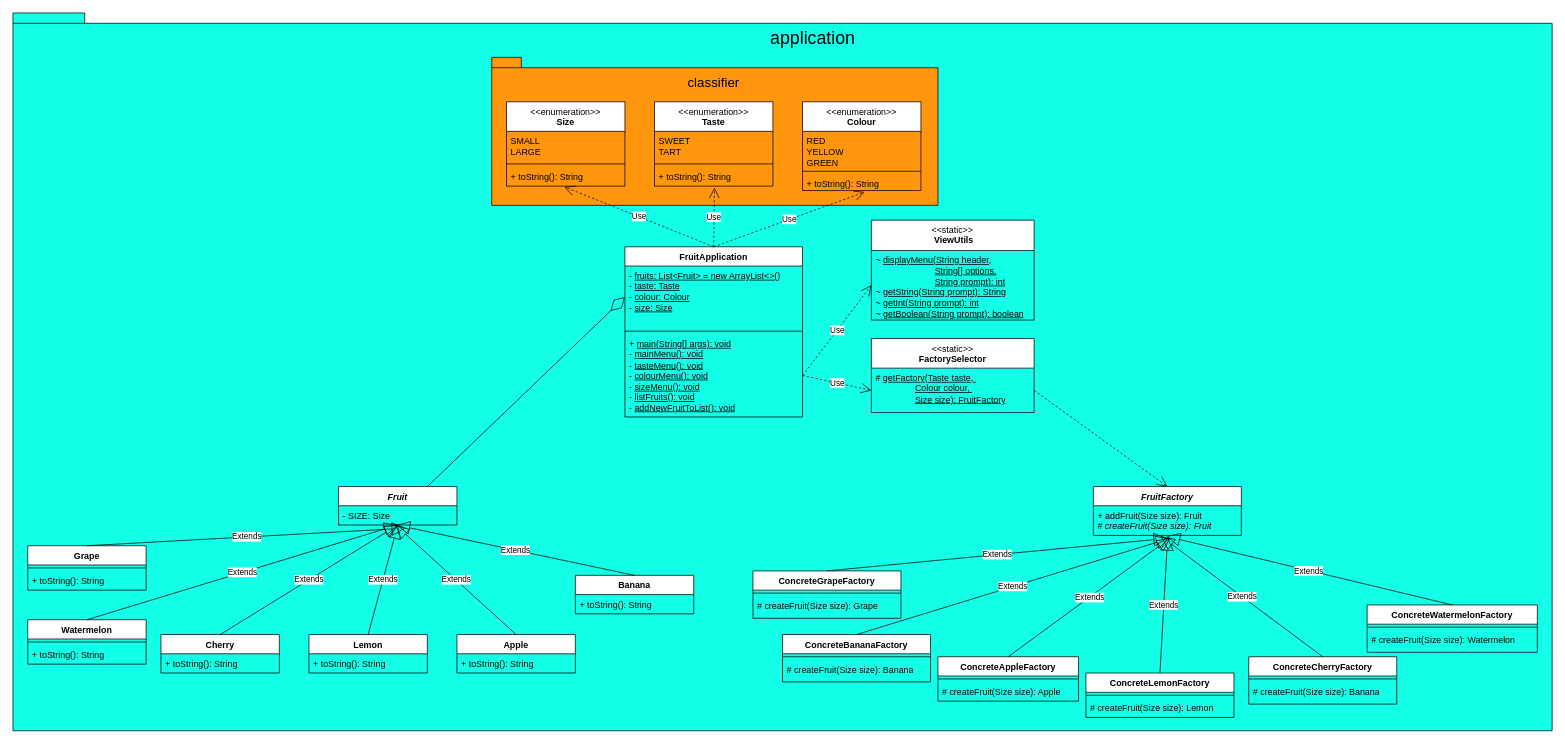
Before: soft2201w4v2.drawio in NguyenChHieu/graphs, a draw.io diagram. Source tidied: cells renumbered, new cells numbered last; positions are measured from the earlier drawing's top-left corner, leaving out a move shared by most shapes. Both pictures are drawn from the tidied source at 74%, with x=0, y=0 at pixel (13, 13).
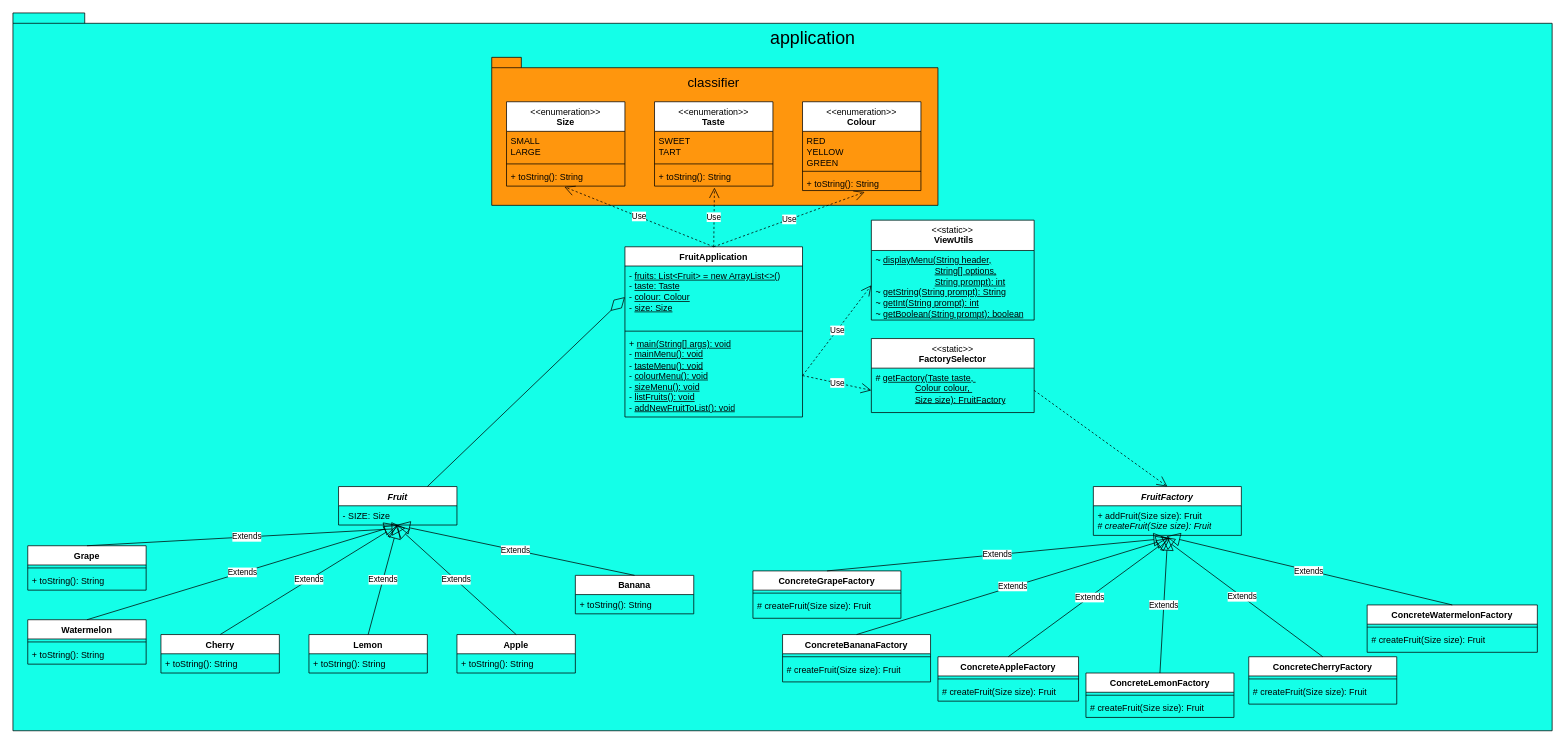
Above is the later version.

The change refers to these unchanged cells:
```xml
<mxCell id="29" value="ConcreteBananaFactory" style="swimlane;fontStyle=1;align=center;verticalAlign=top;horizontal=1;startSize=26;whiteSpace=wrap;html=1;" parent="1" vertex="1">
  <mxGeometry x="1040" y="840" width="200" height="64" as="geometry" />
</mxCell>
<mxCell id="32" value="ConcreteAppleFactory" style="swimlane;fontStyle=1;align=center;verticalAlign=top;horizontal=1;startSize=26;whiteSpace=wrap;html=1;" parent="1" vertex="1">
  <mxGeometry x="1250" y="870" width="190" height="60" as="geometry" />
</mxCell>
<mxCell id="35" value="ConcreteLemonFactory" style="swimlane;fontStyle=1;align=center;verticalAlign=top;horizontal=1;startSize=26;whiteSpace=wrap;html=1;" parent="1" vertex="1">
  <mxGeometry x="1450" y="892" width="200" height="60" as="geometry" />
</mxCell>
<mxCell id="44" value="ConcreteCherryFactory" style="swimlane;fontStyle=1;align=center;verticalAlign=top;horizontal=1;startSize=26;whiteSpace=wrap;html=1;" parent="1" vertex="1">
  <mxGeometry x="1670" y="870" width="200" height="64" as="geometry" />
</mxCell>
<mxCell id="47" value="ConcreteWatermelonFactory" style="swimlane;fontStyle=1;align=center;verticalAlign=top;horizontal=1;startSize=26;whiteSpace=wrap;html=1;" parent="1" vertex="1">
  <mxGeometry x="1830" y="800" width="230" height="64" as="geometry" />
</mxCell>
<mxCell id="77" value="ConcreteGrapeFactory" style="swimlane;fontStyle=1;align=center;verticalAlign=top;horizontal=1;startSize=26;whiteSpace=wrap;html=1;" parent="1" vertex="1">
  <mxGeometry x="1000" y="754" width="200" height="64" as="geometry" />
</mxCell>
```

What changed in the source:
```diff
@@
-    <mxCell id="31" value="# createFruit(Size size): Banana" style="text;strokeColor=none;fillColor=none;align=left;verticalAlign=top;spacingLeft=4;spacingRight=4;overflow=hidden;whiteSpace=wrap;html=1;" parent="29" vertex="1">
+    <mxCell id="31" value="# createFruit(Size size): Fruit" style="text;strokeColor=none;fillColor=none;align=left;verticalAlign=top;spacingLeft=4;spacingRight=4;overflow=hidden;whiteSpace=wrap;html=1;" parent="29" vertex="1">
       <mxGeometry y="34" width="200" height="30" as="geometry" />
     </mxCell>
@@
-    <mxCell id="34" value="# createFruit(Size size): Apple" style="text;strokeColor=none;fillColor=none;align=left;verticalAlign=top;spacingLeft=4;spacingRight=4;overflow=hidden;whiteSpace=wrap;html=1;" parent="32" vertex="1">
+    <mxCell id="34" value="# createFruit(Size size): Fruit" style="text;strokeColor=none;fillColor=none;align=left;verticalAlign=top;spacingLeft=4;spacingRight=4;overflow=hidden;whiteSpace=wrap;html=1;" parent="32" vertex="1">
       <mxGeometry y="34" width="190" height="26" as="geometry" />
     </mxCell>
@@
-    <mxCell id="37" value="# createFruit(Size size): Lemon" style="text;strokeColor=none;fillColor=none;align=left;verticalAlign=top;spacingLeft=4;spacingRight=4;overflow=hidden;whiteSpace=wrap;html=1;" parent="35" vertex="1">
+    <mxCell id="37" value="# createFruit(Size size): Fruit" style="text;strokeColor=none;fillColor=none;align=left;verticalAlign=top;spacingLeft=4;spacingRight=4;overflow=hidden;whiteSpace=wrap;html=1;" parent="35" vertex="1">
       <mxGeometry y="34" width="200" height="26" as="geometry" />
     </mxCell>
@@
-    <mxCell id="46" value="# createFruit(Size size): Banana" style="text;strokeColor=none;fillColor=none;align=left;verticalAlign=top;spacingLeft=4;spacingRight=4;overflow=hidden;whiteSpace=wrap;html=1;" parent="44" vertex="1">
+    <mxCell id="46" value="# createFruit(Size size): Fruit" style="text;strokeColor=none;fillColor=none;align=left;verticalAlign=top;spacingLeft=4;spacingRight=4;overflow=hidden;whiteSpace=wrap;html=1;" parent="44" vertex="1">
       <mxGeometry y="34" width="200" height="30" as="geometry" />
     </mxCell>
@@
-    <mxCell id="49" value="# createFruit(Size size): Watermelon" style="text;strokeColor=none;fillColor=none;align=left;verticalAlign=top;spacingLeft=4;spacingRight=4;overflow=hidden;whiteSpace=wrap;html=1;" parent="47" vertex="1">
+    <mxCell id="49" value="# createFruit(Size size): Fruit" style="text;strokeColor=none;fillColor=none;align=left;verticalAlign=top;spacingLeft=4;spacingRight=4;overflow=hidden;whiteSpace=wrap;html=1;" parent="47" vertex="1">
       <mxGeometry y="34" width="230" height="30" as="geometry" />
     </mxCell>
@@
-    <mxCell id="79" value="# createFruit(Size size): Grape" style="text;strokeColor=none;fillColor=none;align=left;verticalAlign=top;spacingLeft=4;spacingRight=4;overflow=hidden;whiteSpace=wrap;html=1;" parent="77" vertex="1">
+    <mxCell id="79" value="# createFruit(Size size): Fruit" style="text;strokeColor=none;fillColor=none;align=left;verticalAlign=top;spacingLeft=4;spacingRight=4;overflow=hidden;whiteSpace=wrap;html=1;" parent="77" vertex="1">
       <mxGeometry y="34" width="200" height="30" as="geometry" />
     </mxCell>
```
